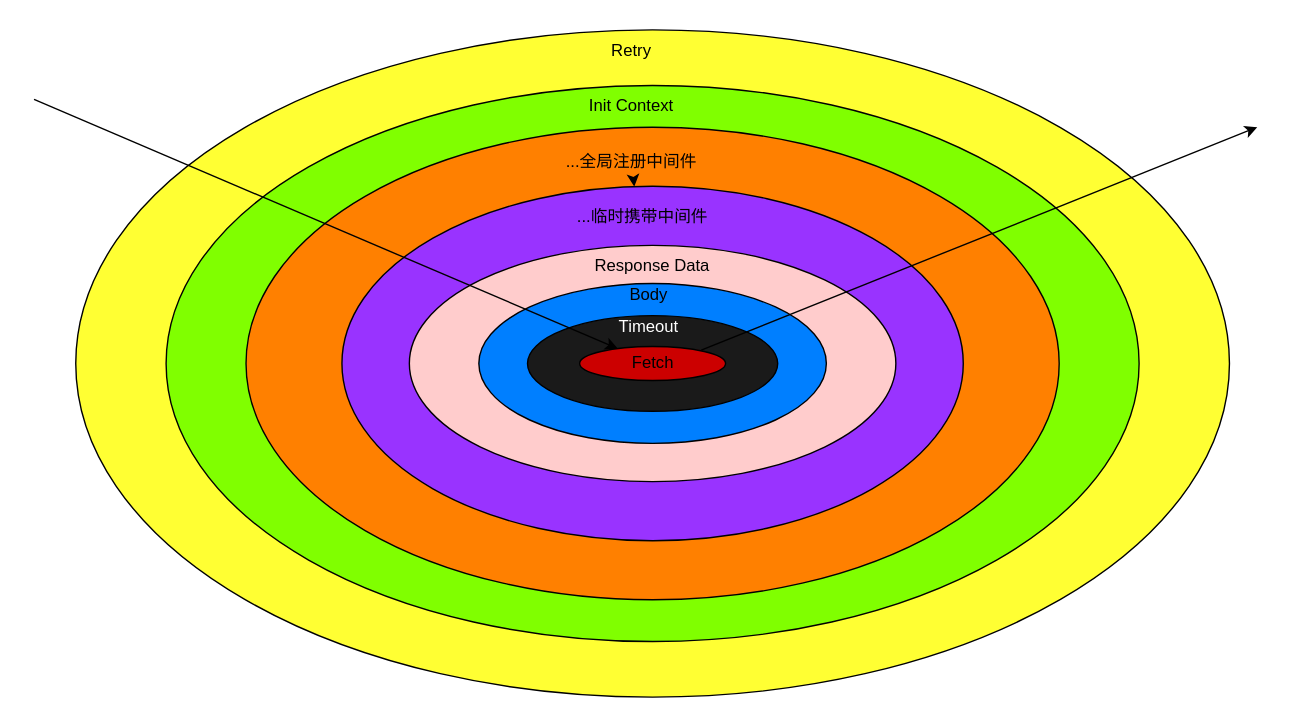
Above: packages/http-svc/dio/wp.drawio in bilibili/http-service (draw.io), before the change. Source tidied: cells renumbered, new cells numbered last; positions are measured from the earlier drawing's top-left corner, leaving out a move shared by most shapes. Both pictures are drawn from the tidied source at 139%, with x=0, y=0 at pixel (33, 29).
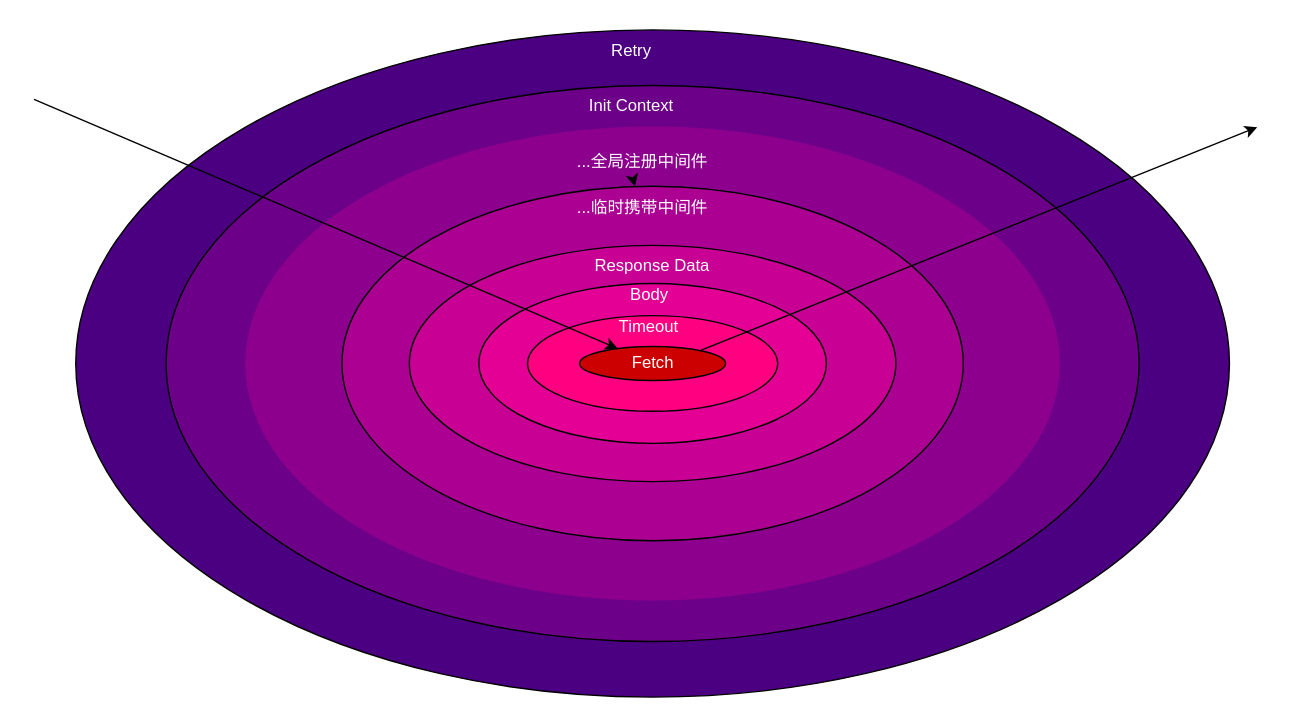
Above is the later version.

The edit, as a diff of the source:
```diff
@@
-    <mxCell id="2" style="ellipse;whiteSpace=wrap;html=1;fillColor=#FFFF33;" parent="1" vertex="1">
+    <mxCell id="2" style="ellipse;whiteSpace=wrap;html=1;fillColor=#4b0082;" parent="1" vertex="1">
       <mxGeometry x="30" width="830" height="480" as="geometry" />
     </mxCell>
-    <mxCell id="3" style="ellipse;whiteSpace=wrap;html=1;shadow=0;fillColor=#80FF00;" parent="1" vertex="1">
+    <mxCell id="3" style="ellipse;whiteSpace=wrap;html=1;shadow=0;fillColor=#6D0089;" parent="1" vertex="1">
       <mxGeometry x="95" y="40" width="700" height="400" as="geometry" />
     </mxCell>
-    <mxCell id="4" style="ellipse;whiteSpace=wrap;html=1;fillColor=#FF8000;" parent="1" vertex="1">
+    <mxCell id="4" style="ellipse;whiteSpace=wrap;html=1;fillColor=#8D008E;strokeColor=#8D008E;" parent="1" vertex="1">
       <mxGeometry x="152.5" y="70" width="585" height="340" as="geometry" />
     </mxCell>
-    <mxCell id="5" style="ellipse;whiteSpace=wrap;html=1;fillColor=#9933FF;" parent="1" vertex="1">
+    <mxCell id="5" style="ellipse;whiteSpace=wrap;html=1;fillColor=#AB0092;" parent="1" vertex="1">
       <mxGeometry x="221.5" y="112.5" width="447" height="255" as="geometry" />
     </mxCell>
-    <mxCell id="6" style="ellipse;whiteSpace=wrap;html=1;fillColor=#FFCCCC;" parent="1" vertex="1">
+    <mxCell id="6" style="ellipse;whiteSpace=wrap;html=1;fillColor=#C80093;" parent="1" vertex="1">
       <mxGeometry x="270" y="155" width="350" height="170" as="geometry" />
     </mxCell>
-    <mxCell id="7" style="ellipse;whiteSpace=wrap;html=1;fillColor=#007FFF;" parent="1" vertex="1">
+    <mxCell id="7" style="ellipse;whiteSpace=wrap;html=1;fillColor=#E40094;" parent="1" vertex="1">
       <mxGeometry x="320" y="182.5" width="250" height="115" as="geometry" />
     </mxCell>
-    <mxCell id="8" style="ellipse;whiteSpace=wrap;html=1;fillColor=#1A1A1A;" parent="1" vertex="1">
+    <mxCell id="8" style="ellipse;whiteSpace=wrap;html=1;fillColor=#FF0080;" parent="1" vertex="1">
       <mxGeometry x="355" y="205.6" width="180" height="68.8" as="geometry" />
     </mxCell>
-    <mxCell id="9" value="Fetch" style="ellipse;whiteSpace=wrap;html=1;fillColor=#CC0000;" parent="1" vertex="1">
+    <mxCell id="9" value="&lt;font color=&quot;#ffffff&quot;&gt;Fetch&lt;/font&gt;" style="ellipse;whiteSpace=wrap;html=1;fillColor=#CC0000;" parent="1" vertex="1">
       <mxGeometry x="392.5" y="227.8" width="105" height="24.4" as="geometry" />
     </mxCell>
-    <mxCell id="10" value="&lt;font color=&quot;#000000&quot;&gt;Init Context&lt;/font&gt;" style="text;html=1;strokeColor=none;fillColor=none;align=center;verticalAlign=middle;whiteSpace=wrap;rounded=0;" parent="1" vertex="1">
-      <mxGeometry x="370" y="40" width="120" height="30" as="geometry" />
-    </mxCell>
-    <mxCell id="11" value="&lt;font color=&quot;#000000&quot;&gt;Retry&lt;/font&gt;" style="text;html=1;strokeColor=none;fillColor=none;align=center;verticalAlign=middle;whiteSpace=wrap;rounded=0;shadow=1;" parent="1" vertex="1">
+    <mxCell id="11" value="&lt;font color=&quot;#ffffff&quot;&gt;Retry&lt;/font&gt;" style="text;html=1;strokeColor=none;fillColor=none;align=center;verticalAlign=middle;whiteSpace=wrap;rounded=0;shadow=1;" parent="1" vertex="1">
       <mxGeometry x="370" width="120" height="30" as="geometry" />
     </mxCell>
-    <mxCell id="12" value="&lt;font color=&quot;#000000&quot;&gt;Response Data&lt;/font&gt;" style="text;html=1;strokeColor=none;fillColor=none;align=center;verticalAlign=middle;whiteSpace=wrap;rounded=0;" parent="1" vertex="1">
+    <mxCell id="12" value="&lt;font color=&quot;#ffffff&quot;&gt;Response Data&lt;/font&gt;" style="text;html=1;strokeColor=none;fillColor=none;align=center;verticalAlign=middle;whiteSpace=wrap;rounded=0;" parent="1" vertex="1">
       <mxGeometry x="385" y="155" width="120" height="30" as="geometry" />
     </mxCell>
-    <mxCell id="13" style="edgeStyle=none;html=1;" parent="1" edge="1" source="14" target="5">
-      <mxGeometry relative="1" as="geometry" />
+    <mxCell id="13" style="edgeStyle=none;html=1;" parent="1" edge="1" target="5">
+      <mxGeometry relative="1" as="geometry">
+        <mxPoint x="431.6" y="110" as="sourcePoint" />
+      </mxGeometry>
     </mxCell>
+    <mxCell id="17" value="&lt;font color=&quot;#ffffff&quot;&gt;Timeout&lt;/font&gt;" style="text;html=1;strokeColor=none;fillColor=none;align=center;verticalAlign=middle;whiteSpace=wrap;rounded=0;" parent="1" vertex="1">
+      <mxGeometry x="385" y="205.6" width="115" height="17.5" as="geometry" />
+    </mxCell>
+    <mxCell id="18" style="endArrow=classic;html=1;" parent="1" edge="1" target="9">
+      <mxGeometry relative="1" as="geometry">
+        <mxPoint y="50" as="sourcePoint" />
+      </mxGeometry>
+    </mxCell>
+    <mxCell id="19" style="endArrow=classic;html=1;" parent="1" edge="1">
+      <mxGeometry relative="1" as="geometry">
+        <mxPoint x="480" y="230.4" as="sourcePoint" />
+        <mxPoint x="880" y="70" as="targetPoint" />
+      </mxGeometry>
+    </mxCell>
+    <mxCell id="10" value="&lt;font color=&quot;#ffffff&quot;&gt;Init Context&lt;/font&gt;" style="text;html=1;strokeColor=none;fillColor=none;align=center;verticalAlign=middle;whiteSpace=wrap;rounded=0;shadow=1;" parent="1" vertex="1">
+      <mxGeometry x="370" y="40" width="120" height="30" as="geometry" />
+    </mxCell>
-    <mxCell id="14" value="...全局注册中间件" style="text;html=1;strokeColor=none;fillColor=none;align=center;verticalAlign=middle;whiteSpace=wrap;rounded=0;" parent="1" vertex="1">
-      <mxGeometry x="370" y="80" width="120" height="30" as="geometry" />
+    <mxCell id="14" value="&lt;font color=&quot;#ffffff&quot;&gt;...全局注册中间件&lt;/font&gt;" style="text;html=1;strokeColor=none;fillColor=none;align=center;verticalAlign=middle;whiteSpace=wrap;rounded=0;shadow=1;" parent="1" vertex="1">
+      <mxGeometry x="377.5" y="80" width="120" height="30" as="geometry" />
     </mxCell>
-    <mxCell id="15" value="...临时携带中间件" style="text;html=1;strokeColor=none;fillColor=none;align=center;verticalAlign=middle;whiteSpace=wrap;rounded=0;" parent="1" vertex="1">
-      <mxGeometry x="377.5" y="120" width="120" height="30" as="geometry" />
+    <mxCell id="15" value="&lt;font color=&quot;#ffffff&quot;&gt;...临时携带中间件&lt;/font&gt;" style="text;html=1;strokeColor=none;fillColor=none;align=center;verticalAlign=middle;whiteSpace=wrap;rounded=0;shadow=1;" parent="1" vertex="1">
+      <mxGeometry x="377.5" y="112.5" width="120" height="30" as="geometry" />
     </mxCell>
-    <mxCell id="16" value="Body" style="text;html=1;strokeColor=none;fillColor=none;align=center;verticalAlign=middle;whiteSpace=wrap;rounded=0;" parent="1" vertex="1">
-      <mxGeometry x="385" y="182.5" width="115" height="17.5" as="geometry" />
+    <mxCell id="16" value="&lt;font color=&quot;#ffffff&quot;&gt;Body&lt;/font&gt;" style="text;html=1;strokeColor=none;fillColor=none;align=center;verticalAlign=middle;whiteSpace=wrap;rounded=0;" parent="1" vertex="1">
+      <mxGeometry x="382.5" y="175.6" width="120" height="30" as="geometry" />
     </mxCell>
-    <mxCell id="17" value="&lt;font color=&quot;#ffffff&quot;&gt;Timeout&lt;/font&gt;" style="text;html=1;strokeColor=none;fillColor=none;align=center;verticalAlign=middle;whiteSpace=wrap;rounded=0;" parent="1" vertex="1">
-      <mxGeometry x="385" y="205.6" width="115" height="17.5" as="geometry" />
-    </mxCell>
-    <mxCell id="18" style="endArrow=classic;html=1;" parent="1" edge="1" target="9">
-      <mxGeometry relative="1" as="geometry">
-        <mxPoint y="50" as="sourcePoint" />
-      </mxGeometry>
-    </mxCell>
-    <mxCell id="19" style="endArrow=classic;html=1;" parent="1" edge="1">
-      <mxGeometry relative="1" as="geometry">
-        <mxPoint x="480" y="230.4" as="sourcePoint" />
-        <mxPoint x="880" y="70" as="targetPoint" />
-      </mxGeometry>
-    </mxCell>
```
